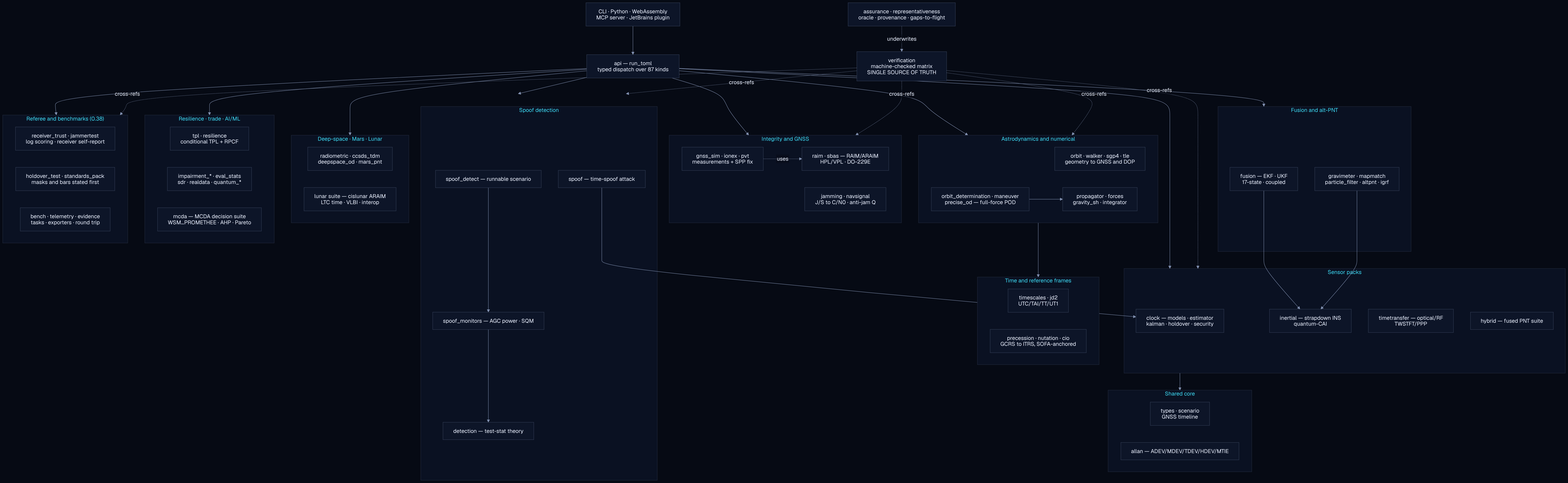
The Mermaid diagram docs/assets/diagrams/module-map.png in ashfordeOU/kshana, before a commit. Its source is kept beside it as docs/diagrams/module-map.mmd.
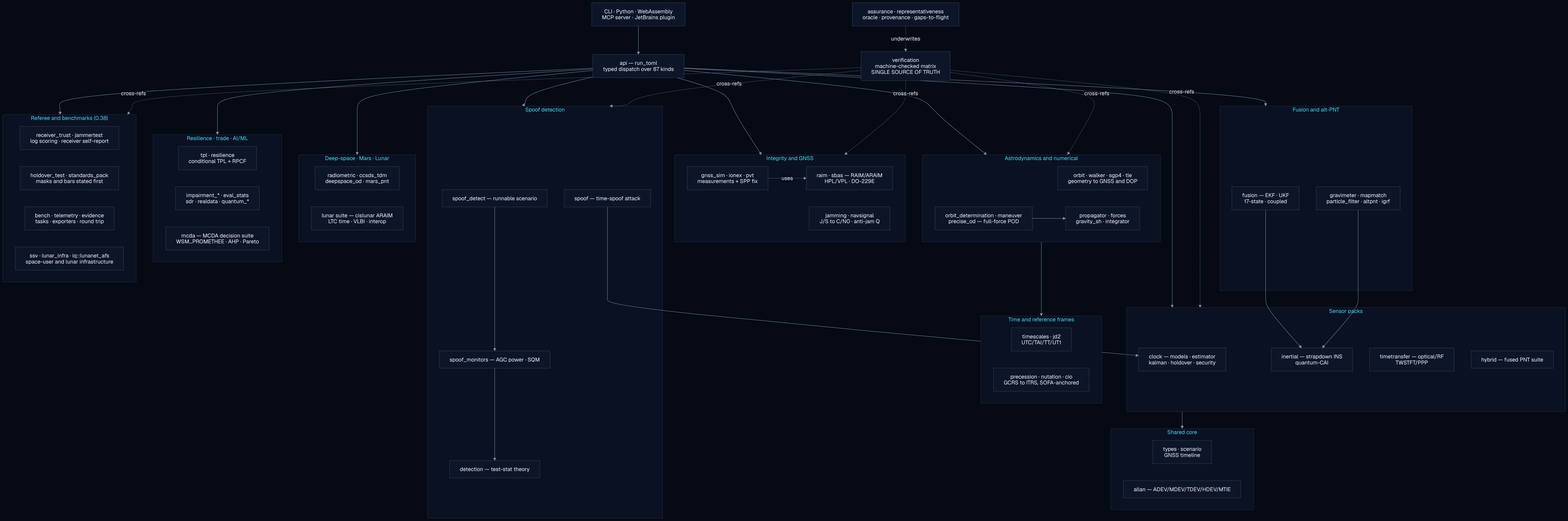
Above is the later version.

The edit, as a diff of the source:
```diff
@@ -47,6 +47,7 @@
       rtr["receiver_trust · jammertest<br/>log scoring · receiver self-report"]
       tim["holdover_test · standards_pack<br/>masks and bars stated first"]
       brn["bench · telemetry · evidence<br/>tasks · exporters · round trip"]
+      ssvm["ssv · lunar_infra · iq::lunanet_afs<br/>space-user and lunar infrastructure"]
     end
     VER["verification<br/>machine-checked matrix<br/>SINGLE SOURCE OF TRUTH"]
     ASR["assurance · representativeness<br/>oracle · provenance · gaps-to-flight"]
```
